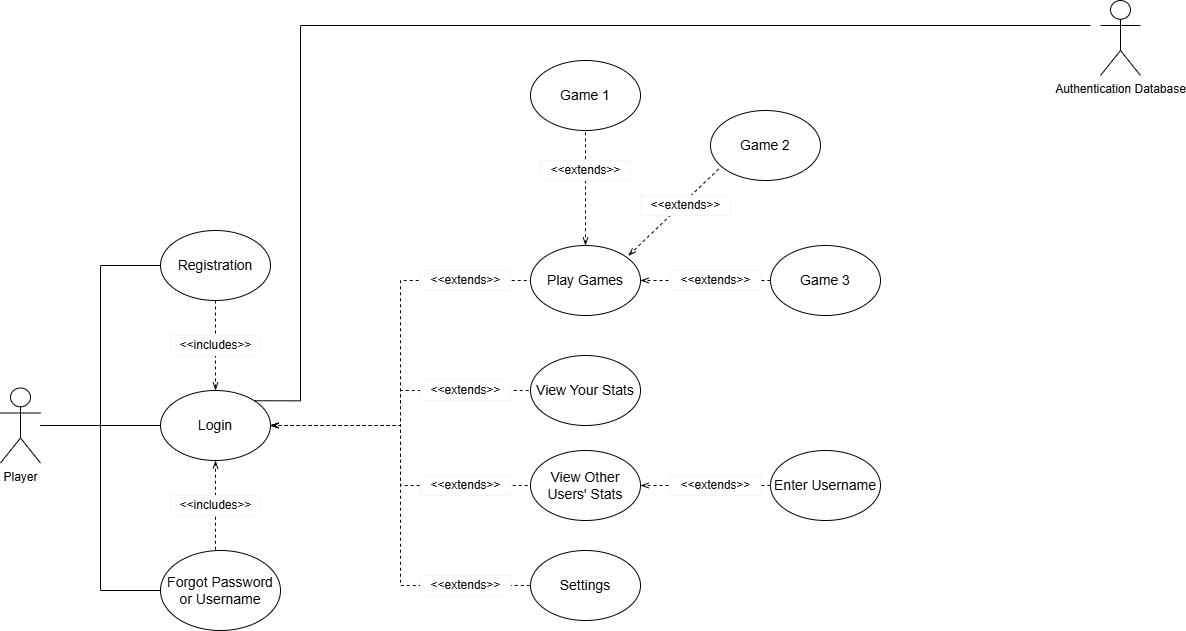
Before: use_case_diagram.drawio.png, a diagram exported from draw.io (farshadislam/Socketed-Multigame-GUI). Source tidied: cells renumbered, new cells last; positions are measured from the earlier drawing's top-left corner, leaving out a move shared by most shapes.
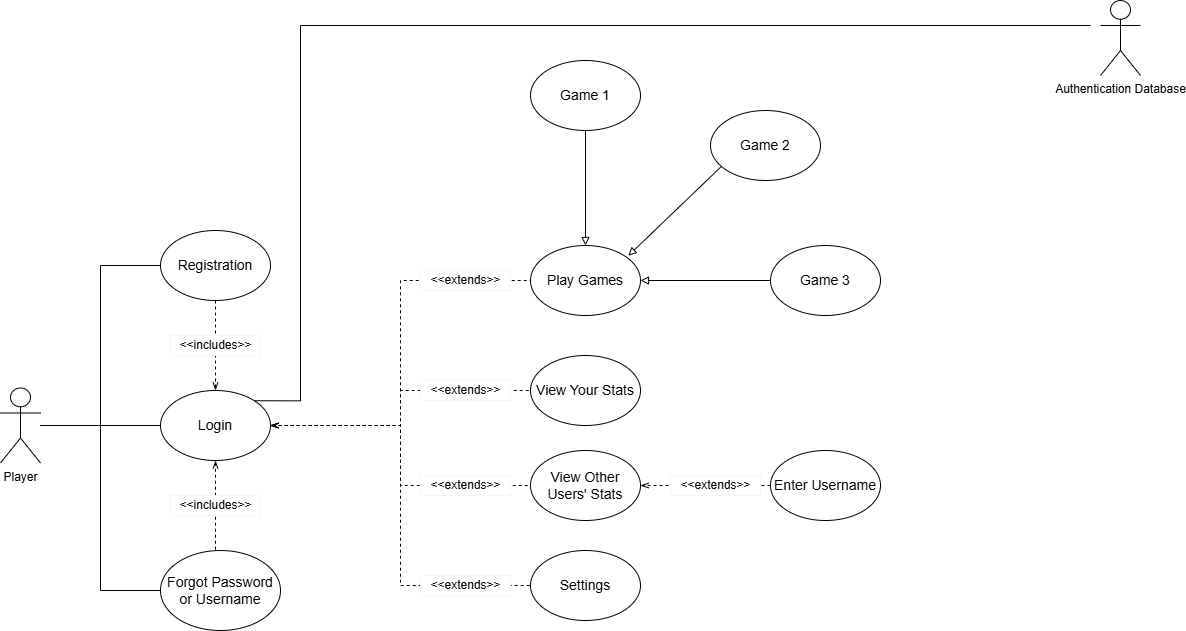
After the commit.

Commit message:
worked on use case diagram.

The edit, as a diff of the source:
```diff
@@ -56,7 +56,7 @@
     <mxCell id="18" value="&amp;lt;&amp;lt;includes&amp;gt;&amp;gt;" style="text;html=1;align=center;verticalAlign=middle;strokeColor=none;fillColor=none;" parent="1" vertex="1">
       <mxGeometry x="165" y="490" width="100" height="30" as="geometry" />
     </mxCell>
-    <mxCell id="19" style="edgeStyle=orthogonalEdgeStyle;rounded=0;jettySize=auto;html=1;entryX=0.5;entryY=1;entryDx=0;entryDy=0;dashed=1;endArrow=none;startFill=0;startArrow=openThin;" parent="1" edge="1" source="20" target="32">
+    <mxCell id="19" style="edgeStyle=orthogonalEdgeStyle;rounded=0;jettySize=auto;html=1;entryX=0.5;entryY=1;entryDx=0;entryDy=0;endArrow=none;startFill=0;startArrow=block;" parent="1" edge="1" source="20" target="32">
       <mxGeometry relative="1" as="geometry" />
     </mxCell>
     <mxCell id="20" value="&lt;span style=&quot;font-size: 14px;&quot;&gt;Play Games&lt;/span&gt;" style="ellipse;whiteSpace=wrap;html=1;" parent="1" vertex="1">
@@ -101,35 +101,17 @@
     <mxCell id="33" value="&lt;span style=&quot;font-size: 14px;&quot;&gt;Game 2&lt;/span&gt;" style="ellipse;whiteSpace=wrap;html=1;" parent="1" vertex="1">
       <mxGeometry x="710" y="110" width="110" height="70" as="geometry" />
     </mxCell>
-    <mxCell id="34" style="edgeStyle=orthogonalEdgeStyle;rounded=0;jettySize=auto;html=1;entryX=1;entryY=0.5;entryDx=0;entryDy=0;dashed=1;endArrow=openThin;startFill=0;startArrow=none;endFill=0;" parent="1" edge="1" source="35" target="20">
+    <mxCell id="34" style="edgeStyle=orthogonalEdgeStyle;rounded=0;jettySize=auto;html=1;entryX=1;entryY=0.5;entryDx=0;entryDy=0;endArrow=block;startFill=0;startArrow=none;endFill=0;" parent="1" edge="1" source="35" target="20">
       <mxGeometry relative="1" as="geometry" />
     </mxCell>
     <mxCell id="35" value="&lt;span style=&quot;font-size: 14px;&quot;&gt;Game 3&lt;/span&gt;" style="ellipse;whiteSpace=wrap;html=1;" parent="1" vertex="1">
       <mxGeometry x="770" y="245" width="110" height="70" as="geometry" />
     </mxCell>
-    <mxCell id="36" style="endArrow=none;html=1;rounded=0;entryX=0.093;entryY=0.808;entryDx=0;entryDy=0;dashed=1;startFill=0;startArrow=openThin;exitX=1;exitY=0;exitDx=0;exitDy=0;entryPerimeter=0;" parent="1" edge="1" target="33">
+    <mxCell id="36" style="endArrow=none;html=1;rounded=0;entryX=0.093;entryY=0.808;entryDx=0;entryDy=0;startFill=0;startArrow=block;exitX=1;exitY=0;exitDx=0;exitDy=0;entryPerimeter=0;" parent="1" edge="1" target="33">
       <mxGeometry relative="1" as="geometry">
         <mxPoint x="627.8" y="255.3" as="sourcePoint" />
       </mxGeometry>
     </mxCell>
-    <mxCell id="37" style="rounded=0;whiteSpace=wrap;html=1;shadow=0;fillColor=light-dark(#FFFFFF,var(--ge-dark-color, #121212));strokeColor=light-dark(#F5F5F5,#FFFFFF);" parent="1" vertex="1">
-      <mxGeometry x="540" y="160" width="90" height="20" as="geometry" />
-    </mxCell>
-    <mxCell id="38" value="&amp;lt;&amp;lt;extends&amp;gt;&amp;gt;" style="text;html=1;align=center;verticalAlign=middle;strokeColor=none;fillColor=none;" parent="1" vertex="1">
-      <mxGeometry x="540" y="155" width="90" height="30" as="geometry" />
-    </mxCell>
-    <mxCell id="39" style="rounded=0;whiteSpace=wrap;html=1;shadow=0;fillColor=light-dark(#FFFFFF,var(--ge-dark-color, #121212));strokeColor=light-dark(#F5F5F5,#FFFFFF);" parent="1" vertex="1">
-      <mxGeometry x="640" y="195" width="90" height="20" as="geometry" />
-    </mxCell>
-    <mxCell id="40" value="&amp;lt;&amp;lt;extends&amp;gt;&amp;gt;" style="text;html=1;align=center;verticalAlign=middle;strokeColor=none;fillColor=none;" parent="1" vertex="1">
-      <mxGeometry x="640" y="190" width="90" height="30" as="geometry" />
-    </mxCell>
-    <mxCell id="41" style="rounded=0;whiteSpace=wrap;html=1;shadow=0;fillColor=light-dark(#FFFFFF,var(--ge-dark-color, #121212));strokeColor=light-dark(#F5F5F5,#FFFFFF);" parent="1" vertex="1">
-      <mxGeometry x="670" y="270" width="90" height="20" as="geometry" />
-    </mxCell>
-    <mxCell id="42" value="&amp;lt;&amp;lt;extends&amp;gt;&amp;gt;" style="text;html=1;align=center;verticalAlign=middle;strokeColor=none;fillColor=none;" parent="1" vertex="1">
-      <mxGeometry x="670" y="265" width="90" height="30" as="geometry" />
-    </mxCell>
     <mxCell id="43" value="Authentication Database" style="shape=umlActor;verticalLabelPosition=bottom;verticalAlign=top;html=1;" parent="1" vertex="1">
       <mxGeometry x="1100" width="40" height="75" as="geometry" />
     </mxCell>
```
